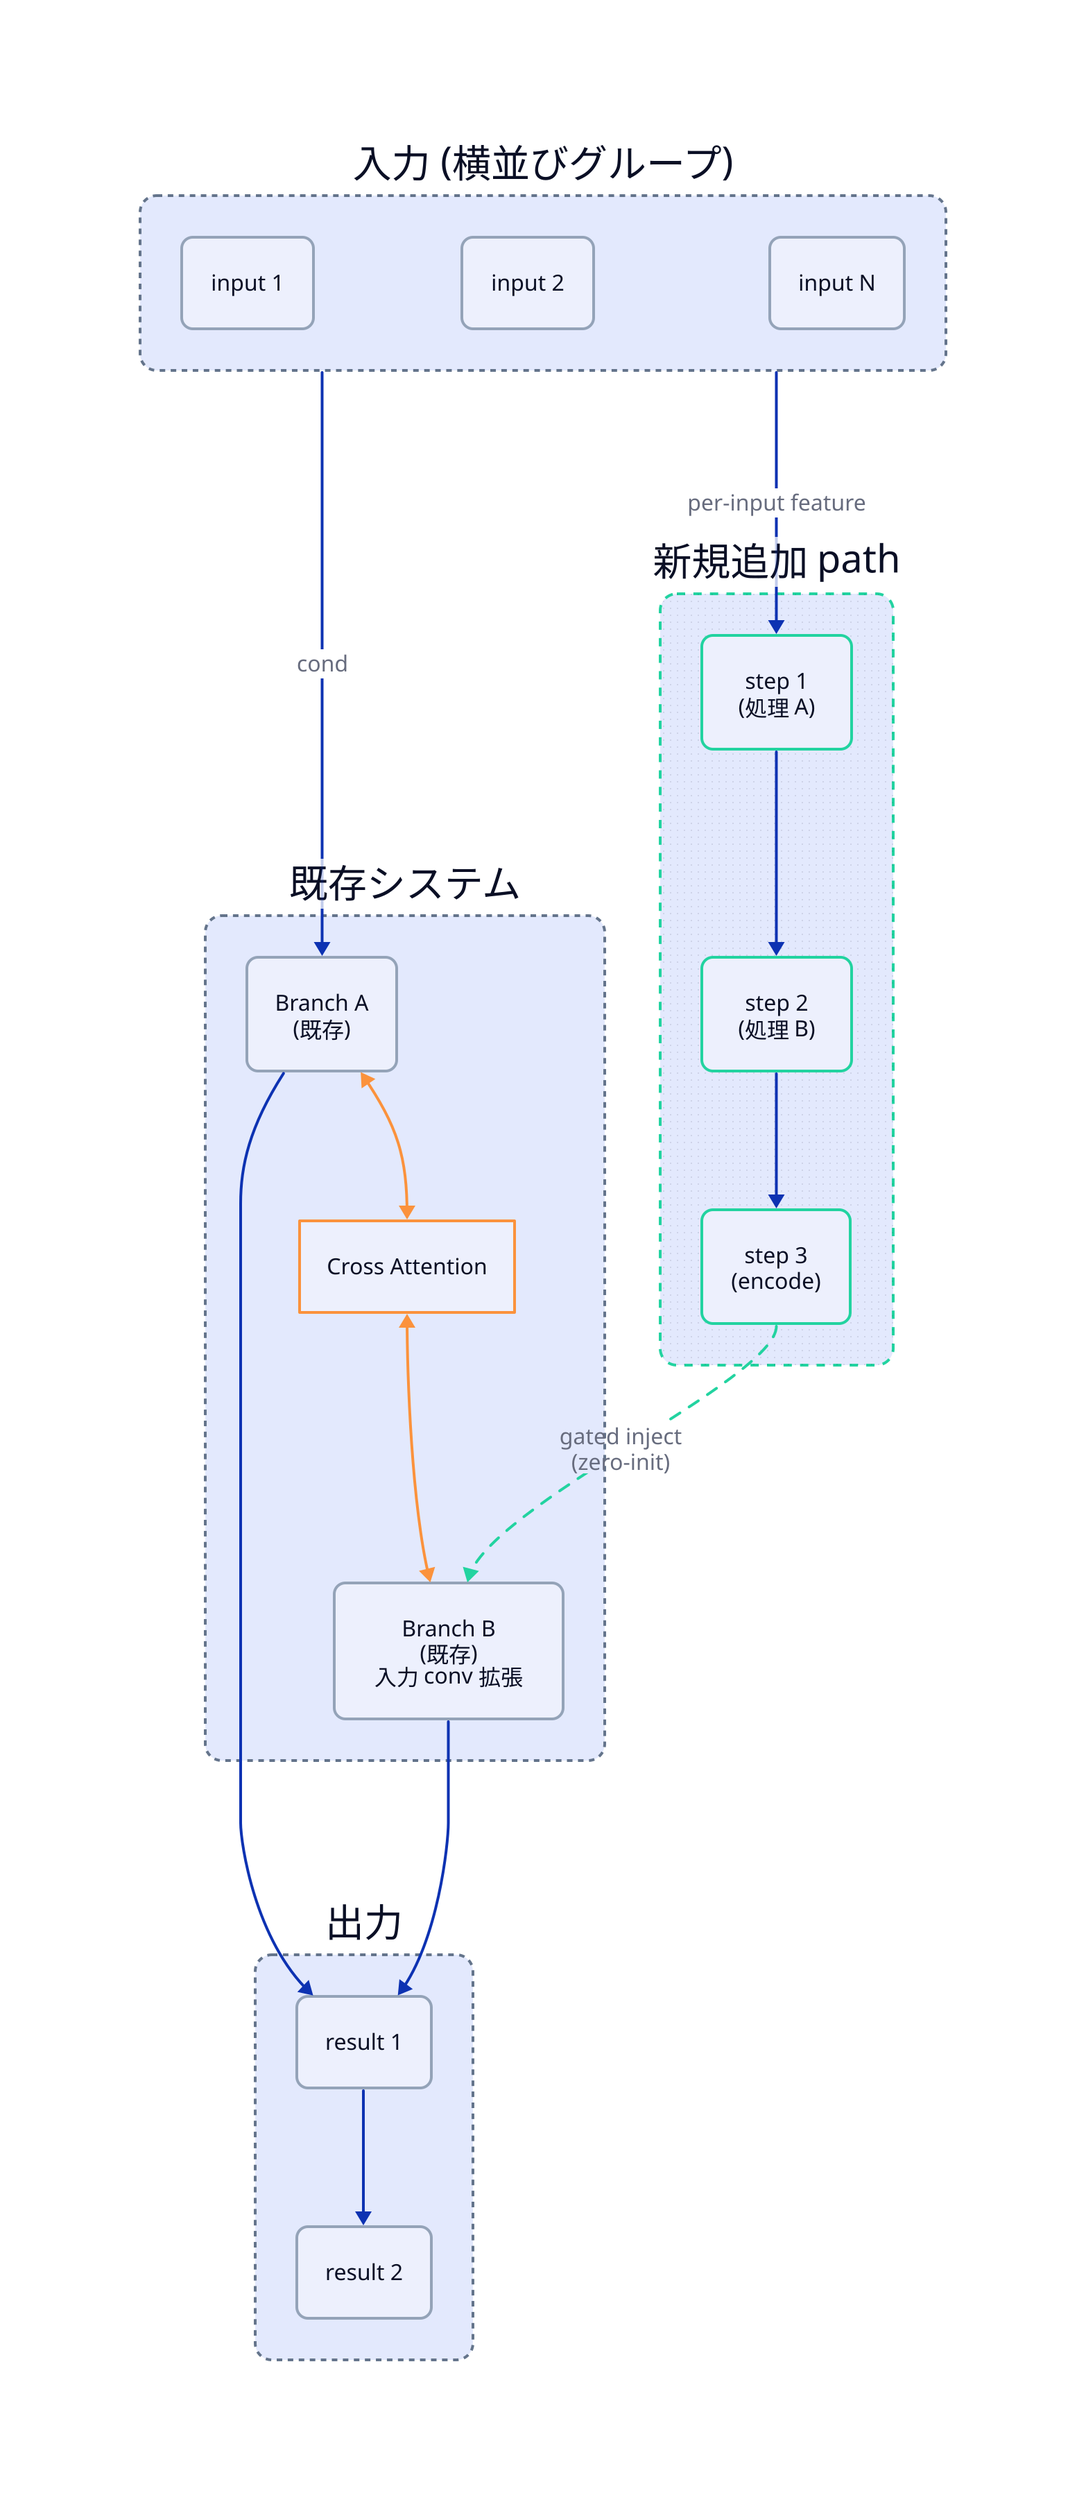
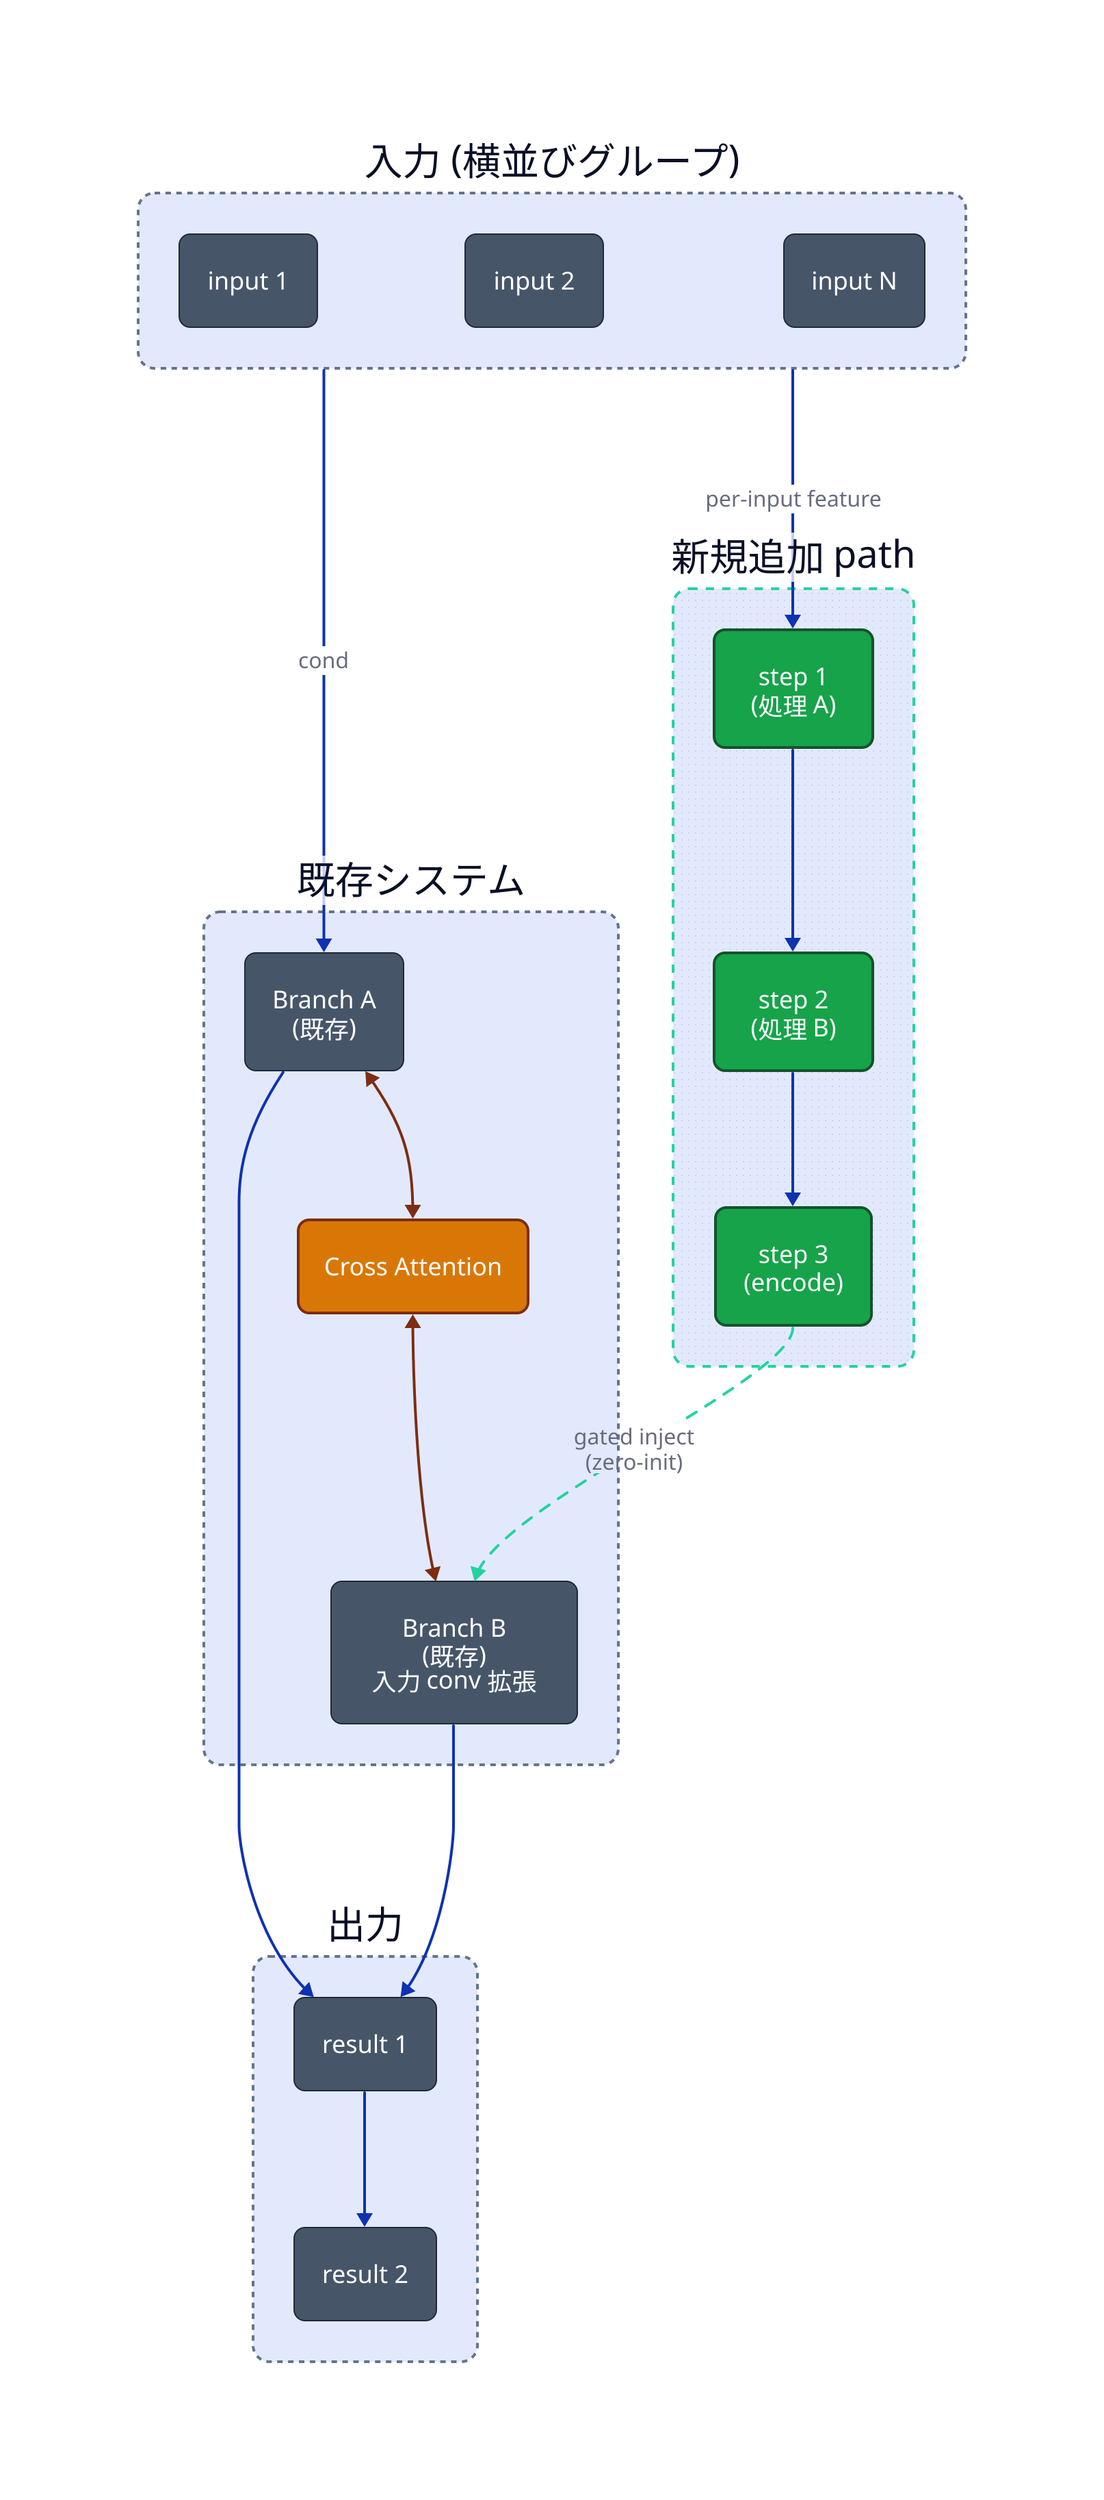
# =====================================================================
# D2 ボイラープレート (iterative-tech-review)
#
# Render:
#   pixi global install d2           # 0.7.1+
#   d2 -t 200 diagram-template.d2 output.svg
#
# Theme 200 = ダーク系。HTML 側もダーク前提でデザインしているので合致。
#
# Layout:
#   direction: down (= 縦長) を強く推奨。
#   横並びにしたい群だけ内部で direction: right。
#   aspect 比が 2:1 を超えそうなら行を増やす (= 縦長化) こと。
#
- # Classes:
- #   new    = 緑、新規追加ノード
- #   base   = グレー、既存ノード
- #   attn   = オレンジ、注目したい接続 / 重要 module
- #   inject = 緑破線、gated / 条件付き注入
+ # Classes (cross-theme readable: saturated fill + 白テキスト + bold + ≥16px):
+ #   new    = 緑 (saturated)、新規追加ノード
+ #   base   = グレー (saturated)、既存ノード
+ #   attn   = オレンジ (saturated)、注目したい接続 / 重要 module
+ #   inject = 緑破線、gated / 条件付き注入 (edge 専用)
+ # 詳細: reference/d2-diagrams.md の「ノードスタイル — 両テーマで読めることを保証する」
# =====================================================================

direction: down

vars: {
  d2-config: {
    theme-id: 200
    dark-theme-id: 200
  }
}

classes: {
  new: {
    style: {
-       stroke: "#22d3a0"
+       fill: "#16a34a"
+       stroke: "#14532d"
      stroke-width: 2
      border-radius: 8
+       font-color: "#ffffff"
+       font-size: 18
+       bold: true
    }
  }
  base: {
    style: {
-       stroke: "#94a3b8"
+       fill: "#475569"
+       stroke: "#1e293b"
+       stroke-width: 1
      border-radius: 8
+       font-color: "#ffffff"
+       font-size: 18
+       bold: true
    }
  }
  attn: {
    style: {
-       stroke: "#fb923c"
+       fill: "#d97706"
+       stroke: "#7c2d12"
      stroke-width: 2
+       border-radius: 8
+       font-color: "#ffffff"
+       font-size: 18
+       bold: true
    }
  }
  inject: {
    style: {
      stroke: "#22d3a0"
      stroke-width: 2
      stroke-dash: 4
    }
  }
}

# =====================================================================
# Row 1: 入力 (横並び)
# =====================================================================
inputs: "入力 (横並びグループ)" {
  direction: right
  in1: "input 1" { class: base }
  in2: "input 2" { class: base }
  in3: "input N" { class: base }
  style: {
    stroke: "#64748b"
    stroke-dash: 2
    border-radius: 12
  }
}

# =====================================================================
# Row 2: 新規追加経路 (横並び)
# =====================================================================
new_path: "新規追加 path" {
  direction: right
  step1: "step 1\n(処理 A)" { class: new }
  step2: "step 2\n(処理 B)" { class: new }
  step3: "step 3\n(encode)" { class: new }
  step1 -> step2 -> step3
  style: {
    stroke: "#22d3a0"
    stroke-dash: 3
    border-radius: 12
    fill-pattern: dots
  }
}

# =====================================================================
# Row 3: 既存システム (横並び、双方向 attention 込み)
# =====================================================================
existing: "既存システム" {
  direction: right
  br_a: "Branch A\n(既存)" { class: base }
  bridge: "Cross Attention" { class: attn }
  br_b: "Branch B\n(既存)\n入力 conv 拡張" { class: base }
  br_a <-> bridge: { class: attn }
  bridge <-> br_b: { class: attn }
  style: {
    stroke: "#64748b"
    stroke-dash: 2
    border-radius: 12
  }
}

# =====================================================================
# Row 4: 出力
# =====================================================================
output: "出力" {
  direction: right
  out1: "result 1" { class: base }
  out2: "result 2" { class: base }
  out1 -> out2
  style: {
    stroke: "#64748b"
    stroke-dash: 2
    border-radius: 12
  }
}

# =====================================================================
# 行間接続
# =====================================================================
inputs -> new_path.step1: "per-input feature"
inputs -> existing.br_a: "cond"
new_path.step3 -> existing.br_b: "gated inject\n(zero-init)" { class: inject }
existing.br_a -> output.out1
existing.br_b -> output.out1

# 凡例は HTML figcaption に書く (D2 内 legend は使わない、viewBox が崩れるため)
